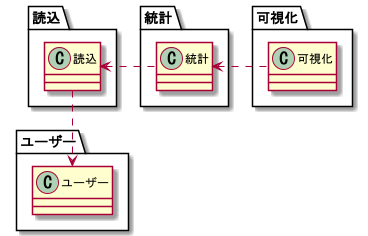
Earlier version of the PlantUML export docs/design/uml/PackageDiagram/PackageDiagram.png (ShisatoYano/CsvDataAnalyzer).
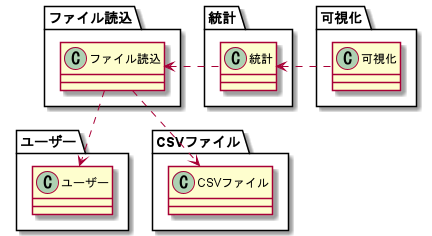
Later version of the same file.

Commit message:
add CSV file package

Diff of the diagram source:
```diff
@@ -1,12 +1,12 @@
 @startuml
 
-package 読込 {
-    class 読込
+package ファイル読込 {
+    class ファイル読込
 }
 
 package 統計 {
     class 統計
-    読込 <. 統計
+    ファイル読込 <. 統計
 }
 
 package 可視化 {
@@ -16,7 +16,12 @@
 
 package ユーザー {
     class ユーザー
-    読込 ..> ユーザー
+    ファイル読込 ..> ユーザー
+}
+
+package CSVファイル {
+    class CSVファイル
+    ファイル読込 ..> CSVファイル
 }
 
 @enduml
```
